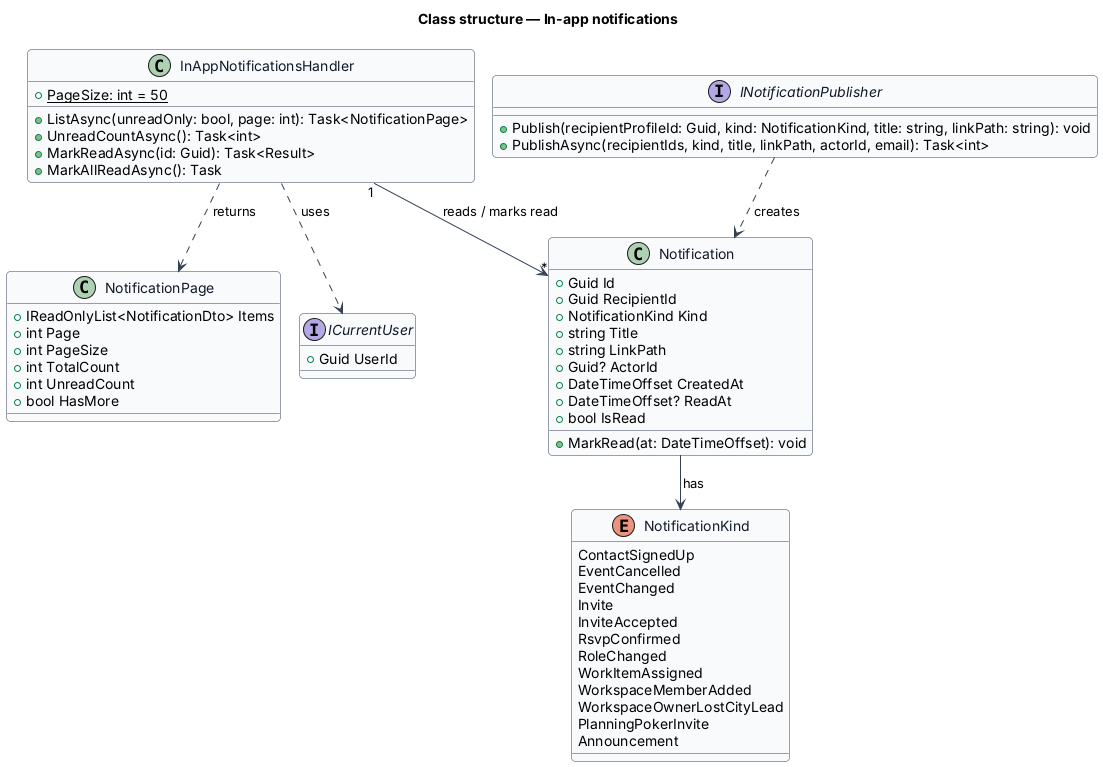
QuinntyneBrown/faithtech-community keeps this PlantUML diagram as docs/detailed-designs/notifications/in-app-notifications/diagrams/class-structure.png. Above is the earlier version.
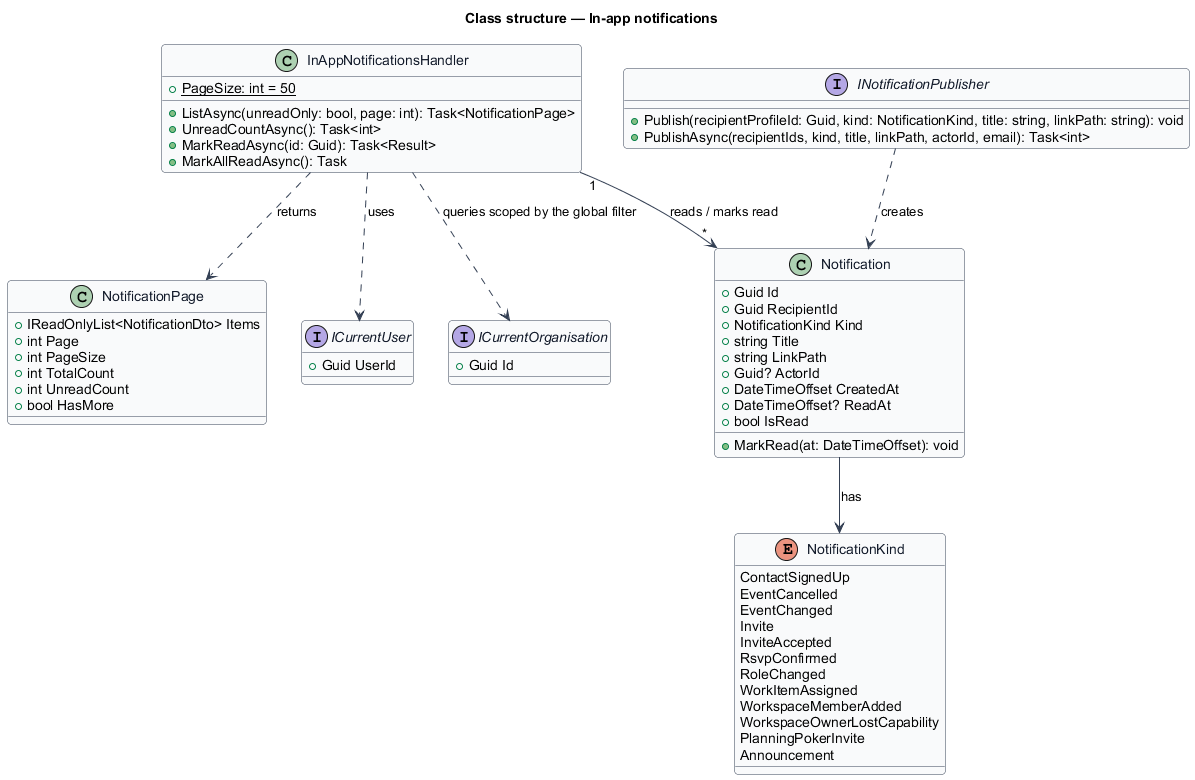
After the change.

Change to the diagram source:
```diff
@@ -1,5 +1,4 @@
 @startuml
-!pragma layout smetana
 skinparam backgroundColor #FFFFFF
 skinparam shadowing false
 skinparam roundcorner 8
@@ -21,7 +20,7 @@
   RoleChanged
   WorkItemAssigned
   WorkspaceMemberAdded
-  WorkspaceOwnerLostCityLead
+  WorkspaceOwnerLostCapability
   PlanningPokerInvite
   Announcement
 }
@@ -59,9 +58,13 @@
 interface ICurrentUser {
   +Guid UserId
 }
+interface ICurrentOrganisation {
+  +Guid Id
+}
 Notification --> NotificationKind : has
 InAppNotificationsHandler ..> NotificationPage : returns
 InAppNotificationsHandler ..> ICurrentUser : uses
+InAppNotificationsHandler ..> ICurrentOrganisation : queries scoped by the global filter
 InAppNotificationsHandler "1" --> "*" Notification : reads / marks read
 INotificationPublisher ..> Notification : creates
 @enduml
```
